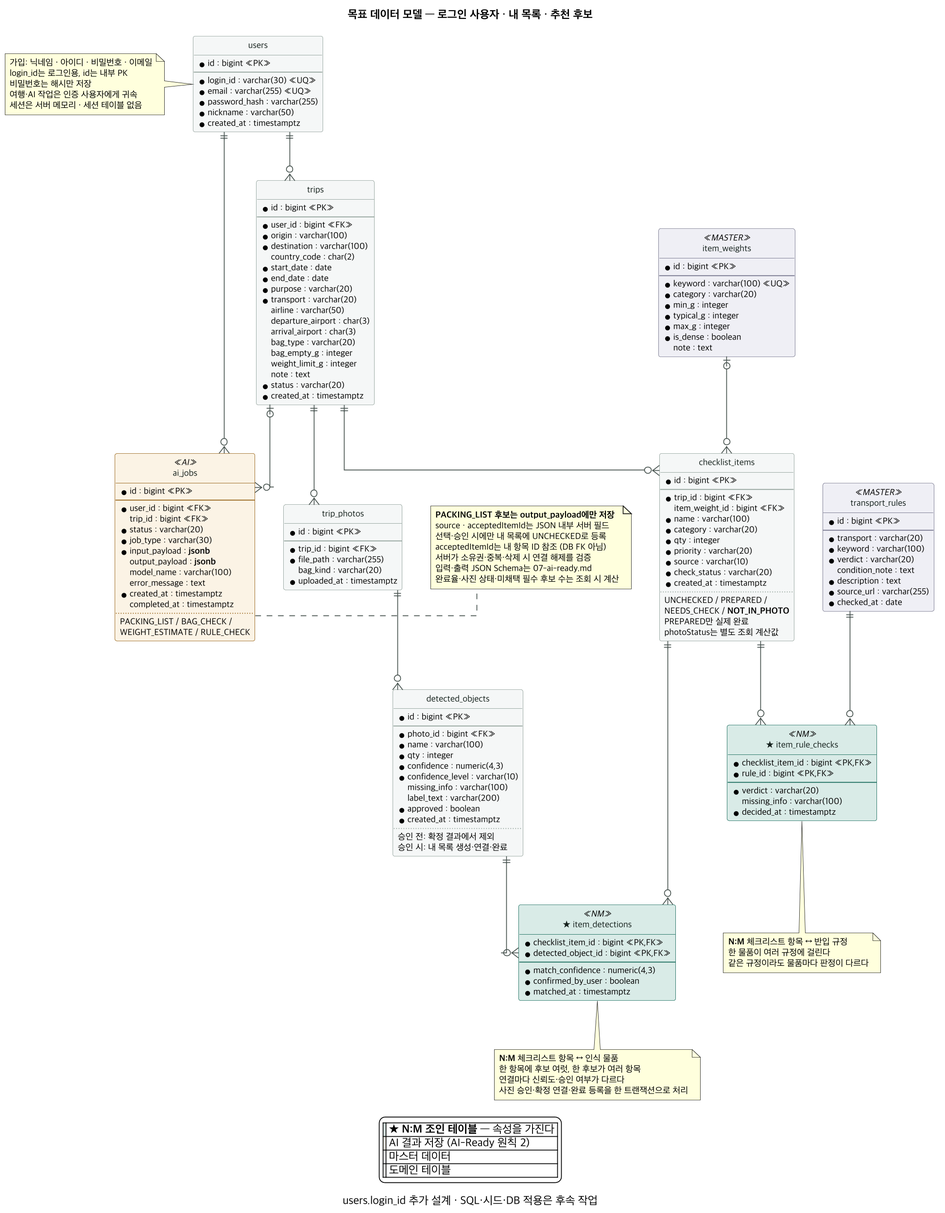
The PlantUML diagram docs/images/05-erd.png in SangMyeong5426/skala-mini-ai-web-service, before a commit.
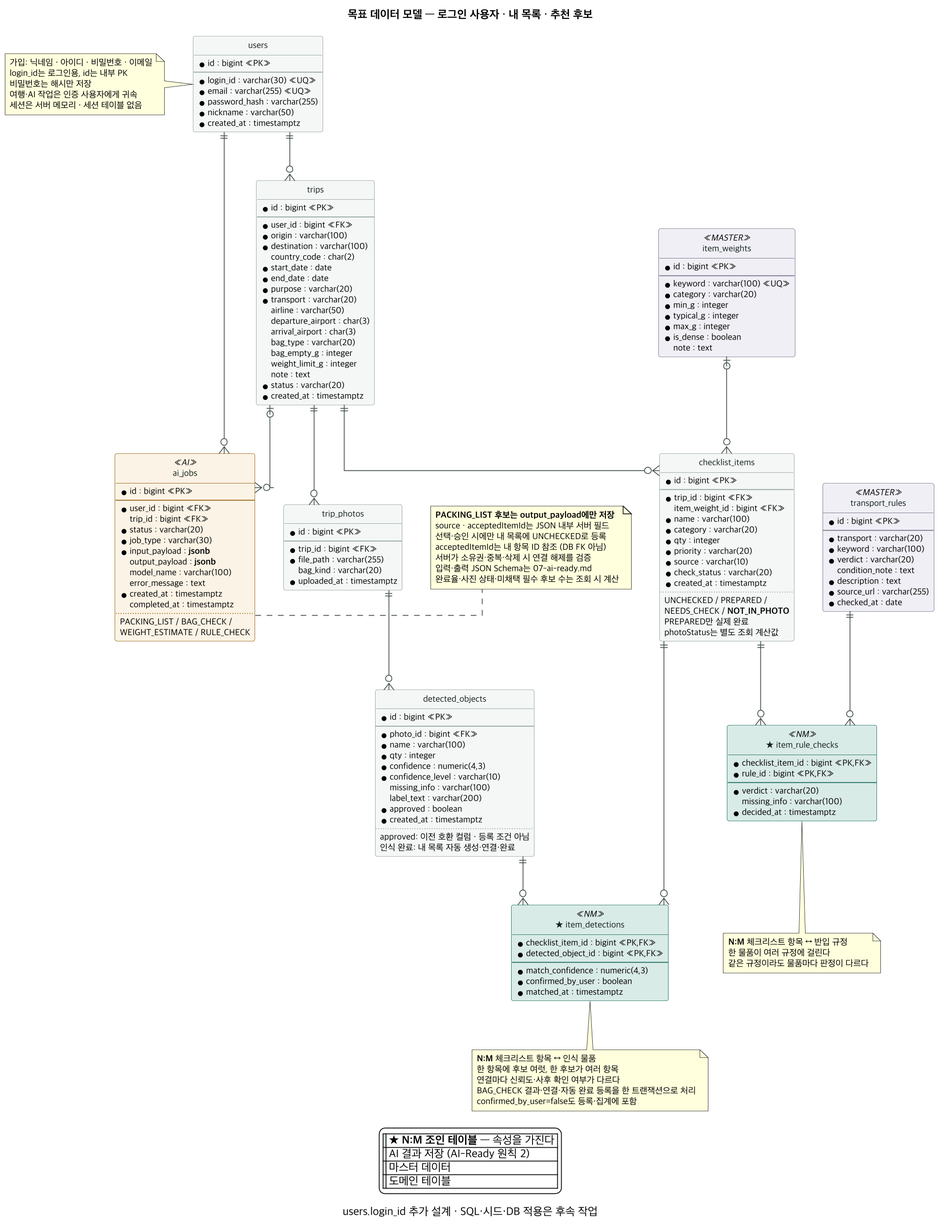
After the commit.

The edit, as a diff of the source:
```diff
@@ -104,8 +104,8 @@
   * approved : boolean
   * created_at : timestamptz
   ..
-  승인 전: 확정 결과에서 제외
-  승인 시: 내 목록 생성·연결·완료
+  approved: 이전 호환 컬럼 · 등록 조건 아님
+  인식 완료: 내 목록 자동 생성·연결·완료
 }
 
 entity "★ item_detections" as idt <<NM>> {
@@ -184,8 +184,9 @@
 note bottom of idt
   **N:M** 체크리스트 항목 ↔ 인식 물품
   한 항목에 후보 여럿, 한 후보가 여러 항목
-  연결마다 신뢰도·승인 여부가 다르다
-  사진 승인·확정 연결·완료 등록을 한 트랜잭션으로 처리
+  연결마다 신뢰도·사후 확인 여부가 다르다
+  BAG_CHECK 결과·연결·자동 완료 등록을 한 트랜잭션으로 처리
+  confirmed_by_user=false도 등록·집계에 포함
 end note
 
 note bottom of irc
```
